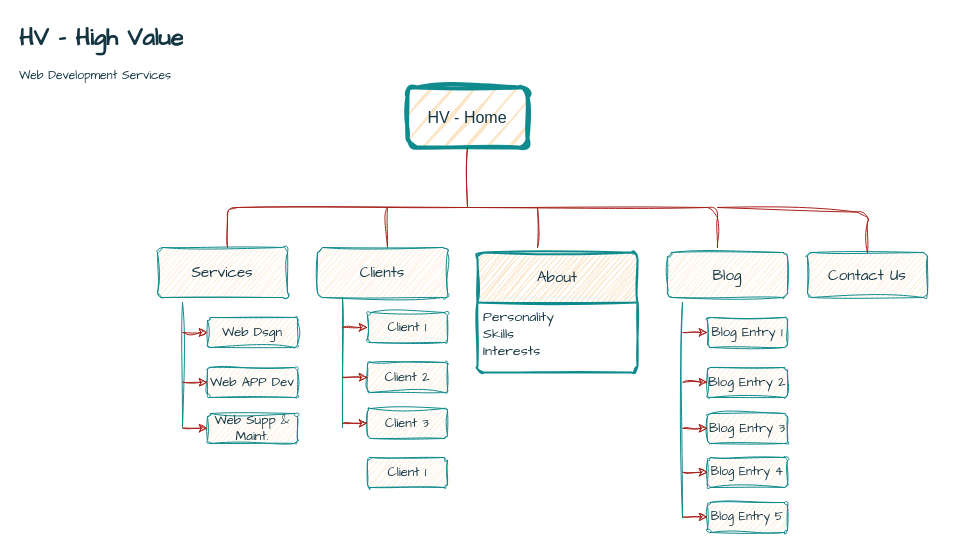
Earlier version of the draw.io diagram docs/sitemap-portfolio.drawio (hernan-vela/HernanVelasquez_T1A2). Source tidied: cells renumbered, new cells numbered last; positions are measured from the earlier drawing's top-left corner, leaving out a move shared by most shapes. Both pictures are drawn from the tidied source at 100%, with x=0, y=0 at pixel (17, 17).
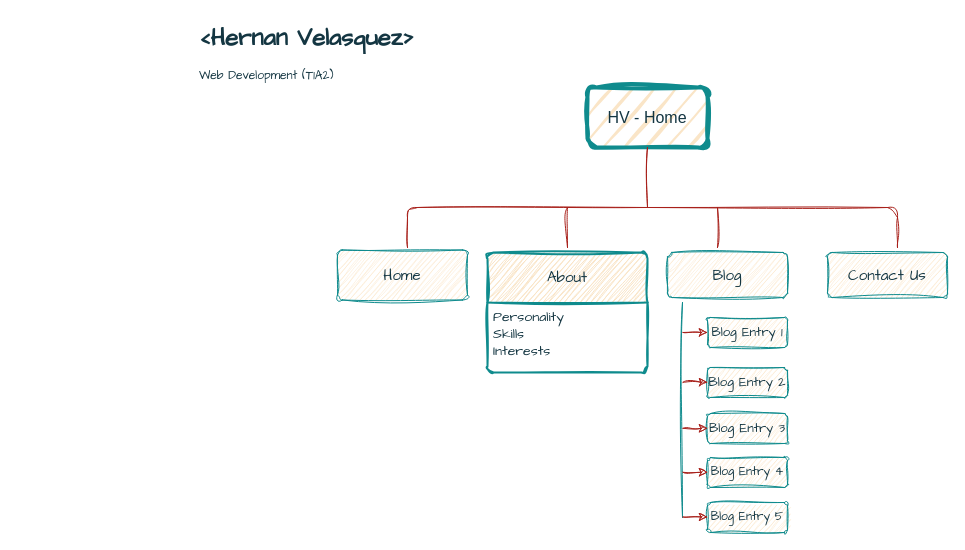
After the change.

Change to the diagram source:
```diff
@@
     <mxCell id="2" value="&lt;font style=&quot;font-size: 16px;&quot;&gt;HV - Home&lt;/font&gt;" style="rounded=1;whiteSpace=wrap;html=1;strokeWidth=4;sketch=1;curveFitting=1;jiggle=2;labelBackgroundColor=none;fillColor=#FAE5C7;strokeColor=#0F8B8D;fontColor=#143642;" parent="1" vertex="1">
-      <mxGeometry x="390" y="70" width="120" height="60" as="geometry" />
+      <mxGeometry x="570" y="70" width="120" height="60" as="geometry" />
     </mxCell>
     <mxCell id="3" style="endArrow=none;html=1;rounded=1;exitX=0.5;exitY=0;exitDx=0;exitDy=0;sketch=1;curveFitting=1;jiggle=2;labelBackgroundColor=none;strokeColor=#A8201A;fontColor=default;" parent="1" edge="1">
       <mxGeometry relative="1" as="geometry">
-        <mxPoint x="210" y="230" as="sourcePoint" />
-        <mxPoint x="450" y="190" as="targetPoint" />
+        <mxPoint x="390" y="230" as="sourcePoint" />
+        <mxPoint x="630" y="190" as="targetPoint" />
         <Array as="points">
-          <mxPoint x="210" y="190" />
+          <mxPoint x="390" y="190" />
         </Array>
       </mxGeometry>
     </mxCell>
     <mxCell id="4" style="endArrow=none;html=1;rounded=1;sketch=1;curveFitting=1;jiggle=2;labelBackgroundColor=none;strokeColor=#A8201A;fontColor=default;" parent="1" edge="1">
       <mxGeometry relative="1" as="geometry">
-        <mxPoint x="700" y="230" as="sourcePoint" />
-        <mxPoint x="450" y="190" as="targetPoint" />
+        <mxPoint x="880" y="230" as="sourcePoint" />
+        <mxPoint x="630" y="190" as="targetPoint" />
         <Array as="points">
-          <mxPoint x="700" y="190" />
+          <mxPoint x="880" y="190" />
         </Array>
       </mxGeometry>
     </mxCell>
     <mxCell id="5" style="endArrow=none;html=1;rounded=1;entryX=0.5;entryY=0;entryDx=0;entryDy=0;sketch=1;curveFitting=1;jiggle=2;labelBackgroundColor=none;strokeColor=#A8201A;fontColor=default;" parent="1" edge="1">
       <mxGeometry relative="1" as="geometry">
-        <mxPoint x="370" y="190" as="sourcePoint" />
-        <mxPoint x="370" y="230" as="targetPoint" />
+        <mxPoint x="550" y="190" as="sourcePoint" />
+        <mxPoint x="550" y="230" as="targetPoint" />
       </mxGeometry>
     </mxCell>
     <mxCell id="6" style="endArrow=none;html=1;rounded=1;exitX=0.5;exitY=0;exitDx=0;exitDy=0;sketch=1;curveFitting=1;jiggle=2;labelBackgroundColor=none;strokeColor=#A8201A;fontColor=default;" parent="1" edge="1">
       <mxGeometry relative="1" as="geometry">
-        <mxPoint x="520" y="230" as="sourcePoint" />
-        <mxPoint x="520" y="190" as="targetPoint" />
+        <mxPoint x="700" y="230" as="sourcePoint" />
+        <mxPoint x="700" y="190" as="targetPoint" />
       </mxGeometry>
     </mxCell>
     <mxCell id="7" style="endArrow=none;html=1;rounded=1;entryX=0.5;entryY=1;entryDx=0;entryDy=0;sketch=1;curveFitting=1;jiggle=2;labelBackgroundColor=none;strokeColor=#A8201A;fontColor=default;" parent="1" edge="1" target="2">
       <mxGeometry relative="1" as="geometry">
-        <mxPoint x="450" y="190" as="sourcePoint" />
+        <mxPoint x="630" y="190" as="sourcePoint" />
       </mxGeometry>
     </mxCell>
     <mxCell id="8" value="&lt;span style=&quot;font-size: 15px;&quot;&gt;About&lt;/span&gt;" style="swimlane;horizontal=1;startSize=50;rounded=1;fontSize=14;fontStyle=0;strokeWidth=2;shadow=0;dashed=0;align=center;arcSize=4;whiteSpace=wrap;html=1;sketch=1;hachureGap=4;jiggle=2;curveFitting=1;strokeColor=#0F8B8D;fontFamily=Architects Daughter;fontColor=#143642;fillColor=#FAE5C7;labelBackgroundColor=none;" parent="1" vertex="1">
-      <mxGeometry x="460" y="235" width="160" height="120" as="geometry" />
+      <mxGeometry x="470" y="235" width="160" height="120" as="geometry" />
     </mxCell>
@@
     <mxCell id="10" value="&lt;font style=&quot;font-size: 15px;&quot;&gt;Contact Us&lt;/font&gt;" style="rounded=1;arcSize=10;whiteSpace=wrap;html=1;align=center;sketch=1;hachureGap=4;jiggle=2;curveFitting=1;strokeColor=#0F8B8D;fontFamily=Architects Daughter;fontColor=#143642;fillColor=#FAE5C7;labelBackgroundColor=none;" parent="1" vertex="1">
-      <mxGeometry x="790" y="235" width="120" height="45" as="geometry" />
+      <mxGeometry x="810" y="235" width="120" height="45" as="geometry" />
     </mxCell>
-    <mxCell id="11" value="&lt;font style=&quot;font-size: 15px;&quot;&gt;Services&lt;/font&gt;" style="rounded=1;arcSize=10;whiteSpace=wrap;html=1;align=center;sketch=1;hachureGap=4;jiggle=2;curveFitting=1;strokeColor=#0F8B8D;fontFamily=Architects Daughter;fontColor=#143642;fillColor=#FAE5C7;labelBackgroundColor=none;" parent="1" vertex="1">
-      <mxGeometry x="140" y="230" width="130" height="50" as="geometry" />
-    </mxCell>
-    <mxCell id="12" value="&lt;font style=&quot;font-size: 15px;&quot;&gt;Clients&lt;/font&gt;" style="rounded=1;arcSize=10;whiteSpace=wrap;html=1;align=center;sketch=1;hachureGap=4;jiggle=2;curveFitting=1;strokeColor=#0F8B8D;fontFamily=Architects Daughter;fontColor=#143642;fillColor=#FAE5C7;labelBackgroundColor=none;" parent="1" vertex="1">
-      <mxGeometry x="300" y="230" width="130" height="50" as="geometry" />
-    </mxCell>
-    <mxCell id="13" value="&lt;h1 style=&quot;margin-top: 0px;&quot;&gt;HV - High Value&lt;/h1&gt;&lt;div&gt;Web Development Services&lt;/div&gt;" style="text;html=1;whiteSpace=wrap;overflow=hidden;rounded=0;fontFamily=Architects Daughter;fontColor=#143642;labelBackgroundColor=none;" parent="1" vertex="1">
-      <mxGeometry width="180" height="80" as="geometry" />
+    <mxCell id="13" value="&lt;h1 style=&quot;margin-top: 0px;&quot;&gt;&amp;lt;Hernan Velasquez&amp;gt;&lt;/h1&gt;&lt;div&gt;Web Development (T1A2)&lt;/div&gt;" style="text;html=1;whiteSpace=wrap;overflow=hidden;rounded=0;fontFamily=Architects Daughter;fontColor=#143642;labelBackgroundColor=none;" parent="1" vertex="1">
+      <mxGeometry x="180" width="240" height="80" as="geometry" />
     </mxCell>
@@
-    <mxCell id="15" style="endArrow=none;html=1;rounded=1;sketch=1;curveFitting=1;jiggle=2;labelBackgroundColor=none;strokeColor=#A8201A;fontColor=default;" parent="1" edge="1">
-      <mxGeometry relative="1" as="geometry">
-        <mxPoint x="850" y="235" as="sourcePoint" />
-        <mxPoint x="700" y="190" as="targetPoint" />
-        <Array as="points">
-          <mxPoint x="850" y="195" />
-        </Array>
-      </mxGeometry>
-    </mxCell>
@@
-    <mxCell id="27" value="&lt;font style=&quot;font-size: 13px;&quot;&gt;Web Dsgn&lt;/font&gt;" style="rounded=1;arcSize=10;whiteSpace=wrap;html=1;align=center;sketch=1;hachureGap=4;jiggle=2;curveFitting=1;strokeColor=#0F8B8D;fontFamily=Architects Daughter;fontColor=#143642;fillColor=#FAE5C7;labelBackgroundColor=none;" parent="1" vertex="1">
-      <mxGeometry x="190" y="300" width="90" height="30" as="geometry" />
-    </mxCell>
-    <mxCell id="28" value="&lt;font style=&quot;font-size: 13px;&quot;&gt;Web APP Dev&lt;/font&gt;" style="rounded=1;arcSize=10;whiteSpace=wrap;html=1;align=center;sketch=1;hachureGap=4;jiggle=2;curveFitting=1;strokeColor=#0F8B8D;fontFamily=Architects Daughter;fontColor=#143642;fillColor=#FAE5C7;labelBackgroundColor=none;" parent="1" vertex="1">
-      <mxGeometry x="190" y="350" width="90" height="30" as="geometry" />
-    </mxCell>
-    <mxCell id="29" value="&lt;font style=&quot;font-size: 13px;&quot;&gt;Web Supp &amp;amp; Maint.&lt;/font&gt;" style="rounded=1;arcSize=10;whiteSpace=wrap;html=1;align=center;sketch=1;hachureGap=4;jiggle=2;curveFitting=1;strokeColor=#0F8B8D;fontFamily=Architects Daughter;fontColor=#143642;fillColor=#FAE5C7;labelBackgroundColor=none;" parent="1" vertex="1">
-      <mxGeometry x="190" y="396" width="90" height="30" as="geometry" />
-    </mxCell>
-    <mxCell id="30" style="shape=line;html=1;strokeWidth=1;strokeColor=#0F8B8D;sketch=1;hachureGap=4;jiggle=2;curveFitting=1;fontFamily=Architects Daughter;direction=south;labelBackgroundColor=none;fillColor=#FAE5C7;fontColor=#143642;" parent="1" vertex="1">
-      <mxGeometry x="160" y="285" width="10" height="125" as="geometry" />
-    </mxCell>
-    <mxCell id="31" style="endArrow=classic;html=1;rounded=0;sketch=1;hachureGap=4;jiggle=2;curveFitting=1;fontFamily=Architects Daughter;exitX=0.13;exitY=0.45;exitDx=0;exitDy=0;exitPerimeter=0;entryX=0;entryY=0.5;entryDx=0;entryDy=0;labelBackgroundColor=none;strokeColor=#A8201A;fontColor=default;" parent="1" edge="1" target="27">
-      <mxGeometry relative="1" as="geometry">
-        <mxPoint x="165.5" y="315" as="sourcePoint" />
-      </mxGeometry>
-    </mxCell>
-    <mxCell id="32" style="endArrow=classic;html=1;rounded=0;sketch=1;hachureGap=4;jiggle=2;curveFitting=1;fontFamily=Architects Daughter;exitX=0.13;exitY=0.45;exitDx=0;exitDy=0;exitPerimeter=0;entryX=0;entryY=0.5;entryDx=0;entryDy=0;labelBackgroundColor=none;strokeColor=#A8201A;fontColor=default;" parent="1" edge="1">
-      <mxGeometry relative="1" as="geometry">
-        <mxPoint x="165.5" y="364.8" as="sourcePoint" />
-        <mxPoint x="190" y="364.8" as="targetPoint" />
-      </mxGeometry>
-    </mxCell>
-    <mxCell id="33" style="endArrow=classic;html=1;rounded=0;sketch=1;hachureGap=4;jiggle=2;curveFitting=1;fontFamily=Architects Daughter;exitX=0.13;exitY=0.45;exitDx=0;exitDy=0;exitPerimeter=0;entryX=0;entryY=0.5;entryDx=0;entryDy=0;labelBackgroundColor=none;strokeColor=#A8201A;fontColor=default;" parent="1" edge="1">
-      <mxGeometry relative="1" as="geometry">
-        <mxPoint x="165.5" y="410.8" as="sourcePoint" />
-        <mxPoint x="190" y="410.8" as="targetPoint" />
-      </mxGeometry>
-    </mxCell>
-    <mxCell id="34" value="&lt;font style=&quot;font-size: 13px;&quot;&gt;Client 1&lt;/font&gt;" style="rounded=1;arcSize=10;whiteSpace=wrap;html=1;align=center;sketch=1;hachureGap=4;jiggle=2;curveFitting=1;strokeColor=#0F8B8D;fontFamily=Architects Daughter;fontColor=#143642;fillColor=#FAE5C7;labelBackgroundColor=none;" parent="1" vertex="1">
-      <mxGeometry x="350" y="295" width="80" height="30" as="geometry" />
-    </mxCell>
-    <mxCell id="35" value="&lt;font style=&quot;font-size: 13px;&quot;&gt;Client 2&lt;/font&gt;" style="rounded=1;arcSize=10;whiteSpace=wrap;html=1;align=center;sketch=1;hachureGap=4;jiggle=2;curveFitting=1;strokeColor=#0F8B8D;fontFamily=Architects Daughter;fontColor=#143642;fillColor=#FAE5C7;labelBackgroundColor=none;" parent="1" vertex="1">
-      <mxGeometry x="350" y="345" width="80" height="30" as="geometry" />
-    </mxCell>
-    <mxCell id="36" value="&lt;font style=&quot;font-size: 13px;&quot;&gt;Client 3&lt;/font&gt;" style="rounded=1;arcSize=10;whiteSpace=wrap;html=1;align=center;sketch=1;hachureGap=4;jiggle=2;curveFitting=1;strokeColor=#0F8B8D;fontFamily=Architects Daughter;fontColor=#143642;fillColor=#FAE5C7;labelBackgroundColor=none;" parent="1" vertex="1">
-      <mxGeometry x="350" y="391" width="80" height="30" as="geometry" />
-    </mxCell>
-    <mxCell id="37" style="shape=line;html=1;strokeWidth=1;strokeColor=#0F8B8D;sketch=1;hachureGap=4;jiggle=2;curveFitting=1;fontFamily=Architects Daughter;direction=south;labelBackgroundColor=none;fillColor=#FAE5C7;fontColor=#143642;" parent="1" vertex="1">
-      <mxGeometry x="320" y="280" width="10" height="130" as="geometry" />
-    </mxCell>
-    <mxCell id="38" style="endArrow=classic;html=1;rounded=0;sketch=1;hachureGap=4;jiggle=2;curveFitting=1;fontFamily=Architects Daughter;exitX=0.13;exitY=0.45;exitDx=0;exitDy=0;exitPerimeter=0;entryX=0;entryY=0.5;entryDx=0;entryDy=0;labelBackgroundColor=none;strokeColor=#A8201A;fontColor=default;" parent="1" edge="1" target="34">
-      <mxGeometry relative="1" as="geometry">
-        <mxPoint x="325.5" y="310" as="sourcePoint" />
-      </mxGeometry>
-    </mxCell>
-    <mxCell id="39" style="endArrow=classic;html=1;rounded=0;sketch=1;hachureGap=4;jiggle=2;curveFitting=1;fontFamily=Architects Daughter;exitX=0.13;exitY=0.45;exitDx=0;exitDy=0;exitPerimeter=0;entryX=0;entryY=0.5;entryDx=0;entryDy=0;labelBackgroundColor=none;strokeColor=#A8201A;fontColor=default;" parent="1" edge="1">
-      <mxGeometry relative="1" as="geometry">
-        <mxPoint x="325.5" y="359.8" as="sourcePoint" />
-        <mxPoint x="350" y="359.8" as="targetPoint" />
-      </mxGeometry>
-    </mxCell>
-    <mxCell id="40" style="endArrow=classic;html=1;rounded=0;sketch=1;hachureGap=4;jiggle=2;curveFitting=1;fontFamily=Architects Daughter;exitX=0.13;exitY=0.45;exitDx=0;exitDy=0;exitPerimeter=0;entryX=0;entryY=0.5;entryDx=0;entryDy=0;labelBackgroundColor=none;strokeColor=#A8201A;fontColor=default;" parent="1" edge="1">
-      <mxGeometry relative="1" as="geometry">
-        <mxPoint x="325.5" y="405.8" as="sourcePoint" />
-        <mxPoint x="350" y="405.8" as="targetPoint" />
-      </mxGeometry>
-    </mxCell>
-    <mxCell id="41" value="&lt;font style=&quot;font-size: 13px;&quot;&gt;Client 1&lt;/font&gt;" style="rounded=1;arcSize=10;whiteSpace=wrap;html=1;align=center;sketch=1;hachureGap=4;jiggle=2;curveFitting=1;strokeColor=#0F8B8D;fontFamily=Architects Daughter;fontColor=#143642;fillColor=#FAE5C7;labelBackgroundColor=none;" parent="1" vertex="1">
-      <mxGeometry x="350" y="440" width="80" height="30" as="geometry" />
-    </mxCell>
+    <mxCell id="42" value="&lt;font style=&quot;font-size: 15px;&quot;&gt;Home&lt;/font&gt;" style="rounded=1;arcSize=10;whiteSpace=wrap;html=1;align=center;sketch=1;hachureGap=4;jiggle=2;curveFitting=1;strokeColor=#0F8B8D;fontFamily=Architects Daughter;fontColor=#143642;fillColor=#FAE5C7;labelBackgroundColor=none;" parent="1" vertex="1">
+      <mxGeometry x="320" y="232.5" width="130" height="50" as="geometry" />
+    </mxCell>
```
